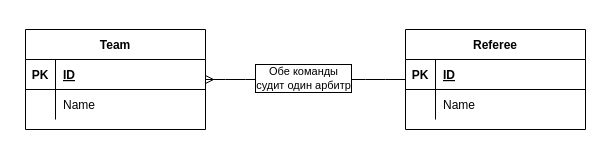
vbelovitsky/BD_B2019_PING_8 keeps this draw.io diagram as Practice 2/Belovitsky/drawio/Task2_2_1.drawio. Above is the earlier version. Source tidied: cells renumbered, new cells numbered last; positions are measured from the earlier drawing's top-left corner, leaving out a move shared by most shapes. Both pictures are drawn from the tidied source at 100%, with x=0, y=0 at pixel (25, 29).
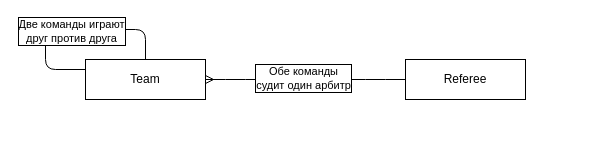
Above is the later version.

Diff of the diagram source:
```diff
@@
 <mxGraphModel>
   <root>
     <mxCell id="0" />
     <mxCell id="1" parent="0" />
-    <mxCell id="2" value="Team" style="shape=table;startSize=30;childLayout=tableLayout;rowLines=0;fontStyle=1;align=center;" parent="1" vertex="1">
-      <mxGeometry width="180" height="100" as="geometry" />
-    </mxCell>
-    <mxCell id="3" style="shape=partialRectangle;fillColor=none;top=0;left=0;bottom=1;right=0;" parent="2" vertex="1">
-      <mxGeometry y="30" width="180" height="30" as="geometry" />
-    </mxCell>
-    <mxCell id="4" value="PK" style="shape=partialRectangle;fillColor=none;top=0;left=0;bottom=0;right=0;fontStyle=1;overflow=hidden;" parent="3" vertex="1">
-      <mxGeometry width="30" height="30" as="geometry" />
-    </mxCell>
-    <mxCell id="5" value="ID" style="shape=partialRectangle;fillColor=none;top=0;left=0;bottom=0;right=0;align=left;spacingLeft=6;fontStyle=5;overflow=hidden;" parent="3" vertex="1">
-      <mxGeometry x="30" width="150" height="30" as="geometry" />
-    </mxCell>
-    <mxCell id="6" style="shape=partialRectangle;fillColor=none;top=0;left=0;bottom=0;right=0;" parent="2" vertex="1">
-      <mxGeometry y="60" width="180" height="30" as="geometry" />
-    </mxCell>
-    <mxCell id="7" style="shape=partialRectangle;fillColor=none;top=0;left=0;bottom=0;right=0;overflow=hidden;" parent="6" vertex="1">
-      <mxGeometry width="30" height="30" as="geometry" />
-    </mxCell>
-    <mxCell id="8" value="Name" style="shape=partialRectangle;fillColor=none;top=0;left=0;bottom=0;right=0;align=left;spacingLeft=6;overflow=hidden;" parent="6" vertex="1">
-      <mxGeometry x="30" width="150" height="30" as="geometry" />
-    </mxCell>
-    <mxCell id="9" value="Referee" style="shape=table;startSize=30;childLayout=tableLayout;rowLines=0;fontStyle=1;align=center;" parent="1" vertex="1">
-      <mxGeometry x="380" width="180" height="100" as="geometry" />
-    </mxCell>
-    <mxCell id="10" style="shape=partialRectangle;fillColor=none;top=0;left=0;bottom=1;right=0;" parent="9" vertex="1">
-      <mxGeometry y="30" width="180" height="30" as="geometry" />
-    </mxCell>
-    <mxCell id="11" value="PK" style="shape=partialRectangle;fillColor=none;top=0;left=0;bottom=0;right=0;fontStyle=1;overflow=hidden;" parent="10" vertex="1">
-      <mxGeometry width="30" height="30" as="geometry" />
-    </mxCell>
-    <mxCell id="12" value="ID" style="shape=partialRectangle;fillColor=none;top=0;left=0;bottom=0;right=0;align=left;spacingLeft=6;fontStyle=5;overflow=hidden;" parent="10" vertex="1">
-      <mxGeometry x="30" width="150" height="30" as="geometry" />
-    </mxCell>
-    <mxCell id="13" style="shape=partialRectangle;fillColor=none;top=0;left=0;bottom=0;right=0;" parent="9" vertex="1">
-      <mxGeometry y="60" width="180" height="30" as="geometry" />
-    </mxCell>
-    <mxCell id="14" style="shape=partialRectangle;fillColor=none;top=0;left=0;bottom=0;right=0;overflow=hidden;" parent="13" vertex="1">
-      <mxGeometry width="30" height="30" as="geometry" />
-    </mxCell>
-    <mxCell id="15" value="Name" style="shape=partialRectangle;fillColor=none;top=0;left=0;bottom=0;right=0;align=left;spacingLeft=6;overflow=hidden;" parent="13" vertex="1">
-      <mxGeometry x="30" width="150" height="30" as="geometry" />
-    </mxCell>
-    <mxCell id="16" style="edgeStyle=entityRelationEdgeStyle;fontSize=12;html=1;endArrow=ERmany;" parent="1" edge="1" source="9" target="2">
+    <mxCell id="16" style="edgeStyle=entityRelationEdgeStyle;fontSize=12;html=1;endArrow=ERmany;exitX=0;exitY=0.5;exitDx=0;exitDy=0;entryX=1;entryY=0.5;entryDx=0;entryDy=0;" parent="1" edge="1" source="9" target="2">
       <mxGeometry relative="1" as="geometry" />
     </mxCell>
     <mxCell id="17" value="Обе команды&lt;br&gt;судит один арбитр" style="edgeLabel;html=1;align=center;verticalAlign=middle;labelBorderColor=#000000;" parent="16" vertex="1">
       <mxGeometry x="0.03" y="-2" relative="1" as="geometry" />
     </mxCell>
+    <mxCell id="2" value="Team" style="whiteSpace=wrap;html=1;align=center;" parent="1" vertex="1">
+      <mxGeometry x="60" y="30" width="120" height="40" as="geometry" />
+    </mxCell>
+    <mxCell id="9" value="Referee" style="whiteSpace=wrap;html=1;align=center;" parent="1" vertex="1">
+      <mxGeometry x="380" y="30" width="120" height="40" as="geometry" />
+    </mxCell>
+    <mxCell id="18" style="endArrow=none;html=1;exitX=0.5;exitY=0;exitDx=0;exitDy=0;entryX=0;entryY=0.25;entryDx=0;entryDy=0;" parent="1" edge="1" source="2" target="2">
+      <mxGeometry relative="1" as="geometry">
+        <Array as="points">
+          <mxPoint x="120" />
+          <mxPoint x="20" />
+          <mxPoint x="20" y="40" />
+        </Array>
+      </mxGeometry>
+    </mxCell>
+    <mxCell id="19" value="Две команды играют&lt;br&gt;друг против друга" style="edgeLabel;html=1;align=center;verticalAlign=middle;labelBorderColor=#000000;" parent="18" vertex="1">
+      <mxGeometry y="1" relative="1" as="geometry" />
+    </mxCell>
   </root>
 </mxGraphModel>
```
